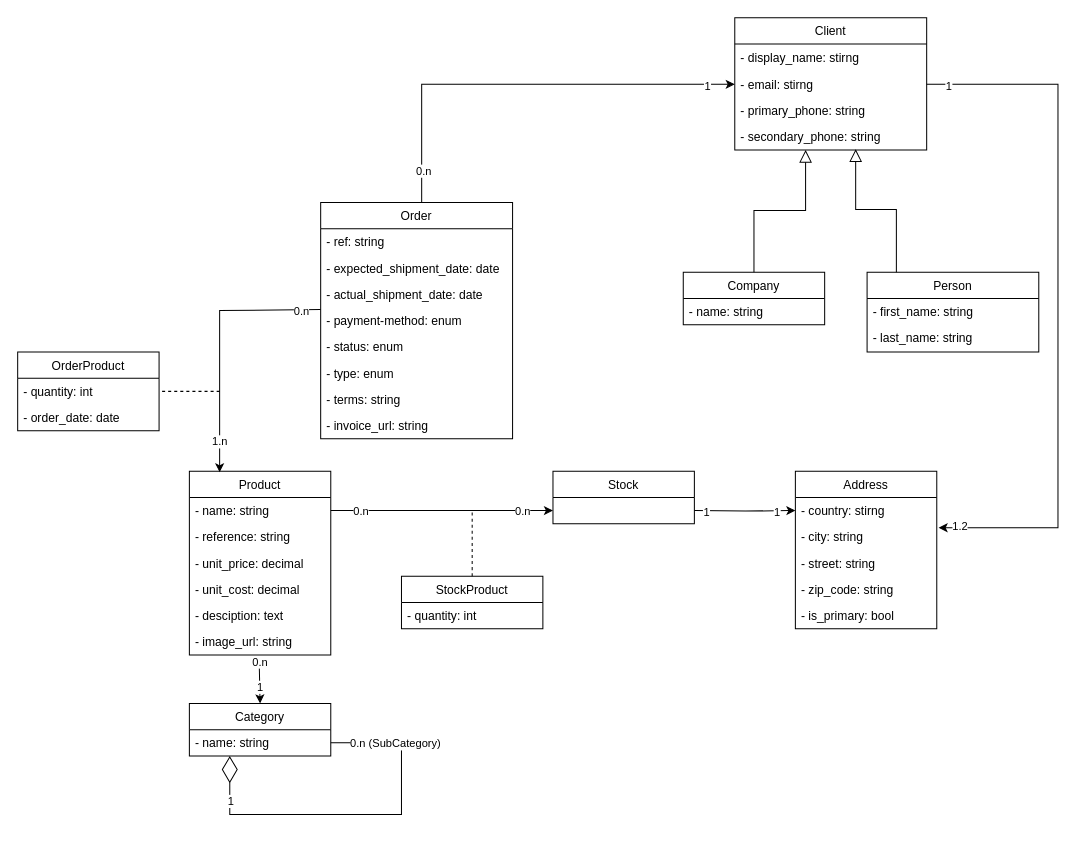
This is class-diag.drawio from neeejm/inventory-management-system, a draw.io file, before an edit. Source tidied: cells renumbered, new cells numbered last; positions are measured from the earlier drawing's top-left corner, leaving out a move shared by most shapes. Both pictures are drawn from the tidied source at 101%, with x=0, y=0 at pixel (17, 17).
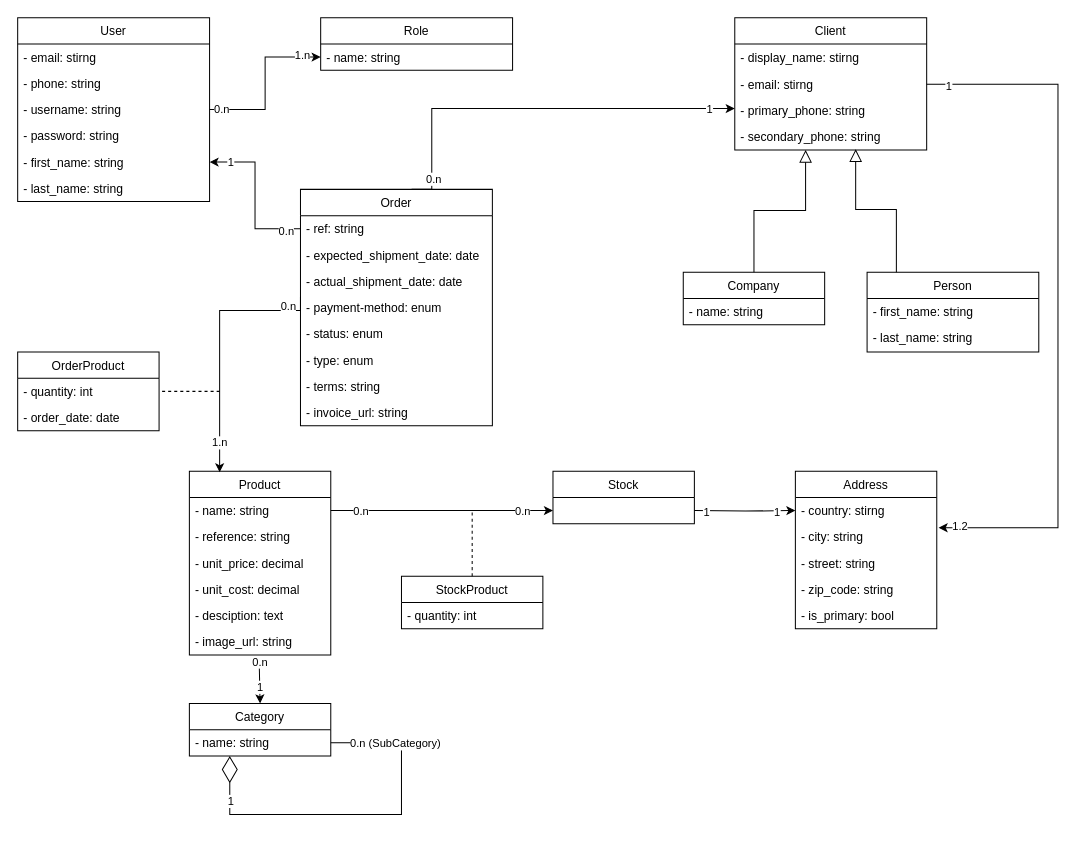
After the change.

Commit message (it also covers changes not shown here):
adding user roles models

Unchanged cells that the change refers to:
```xml
<mxCell id="37" value="- ref: string" style="text;strokeColor=none;fillColor=none;align=left;verticalAlign=top;spacingLeft=4;spacingRight=4;overflow=hidden;points=[[0,0.5],[1,0.5]];portConstraint=eastwest;" parent="36" vertex="1">
  <mxGeometry y="26" width="190" height="26" as="geometry" />
</mxCell>
<mxCell id="47" value="- email: stirng" style="text;strokeColor=none;fillColor=none;align=left;verticalAlign=top;spacingLeft=4;spacingRight=4;overflow=hidden;points=[[0,0.5],[1,0.5]];portConstraint=eastwest;" parent="45" vertex="1">
  <mxGeometry y="53" width="190" height="26" as="geometry" />
</mxCell>
<mxCell id="48" value="- primary_phone: string" style="text;strokeColor=none;fillColor=none;align=left;verticalAlign=top;spacingLeft=4;spacingRight=4;overflow=hidden;points=[[0,0.5],[1,0.5]];portConstraint=eastwest;" parent="45" vertex="1">
  <mxGeometry y="79" width="190" height="26" as="geometry" />
</mxCell>
```

Change to the diagram source:
```diff
@@
-    <mxCell id="33" style="edgeStyle=orthogonalEdgeStyle;rounded=0;jettySize=auto;html=1;entryX=0;entryY=0.5;entryDx=0;entryDy=0;endArrow=classic;endFill=1;elbow=vertical;" parent="1" edge="1" source="36" target="47">
+    <mxCell id="33" style="edgeStyle=elbowEdgeStyle;rounded=0;jettySize=auto;html=1;endArrow=classic;endFill=1;entryX=0;entryY=0.423;entryDx=0;entryDy=0;entryPerimeter=0;exitX=0.579;exitY=0;exitDx=0;exitDy=0;exitPerimeter=0;" parent="1" edge="1" source="36" target="48">
       <mxGeometry relative="1" as="geometry">
         <Array as="points">
-          <mxPoint x="400" y="66" />
+          <mxPoint x="410" y="150" />
+          <mxPoint x="500" y="160" />
         </Array>
       </mxGeometry>
     </mxCell>
@@
     <mxCell id="36" value="Order" style="swimlane;fontStyle=0;horizontal=1;startSize=26;fillColor=none;" parent="1" vertex="1">
-      <mxGeometry x="300" y="183" width="190" height="234" as="geometry" />
+      <mxGeometry x="280" y="170" width="190" height="234" as="geometry" />
     </mxCell>
@@
+    <mxCell id="67" value="User" style="swimlane;fontStyle=0;horizontal=1;startSize=26;fillColor=none;" parent="1" vertex="1">
+      <mxGeometry width="190" height="182" as="geometry" />
+    </mxCell>
+    <mxCell id="68" value="- email: stirng" style="text;strokeColor=none;fillColor=none;align=left;verticalAlign=top;spacingLeft=4;spacingRight=4;overflow=hidden;" parent="67" vertex="1">
+      <mxGeometry y="26" width="190" height="26" as="geometry" />
+    </mxCell>
+    <mxCell id="69" value="- phone: string" style="text;strokeColor=none;fillColor=none;align=left;verticalAlign=top;spacingLeft=4;spacingRight=4;overflow=hidden;" parent="67" vertex="1">
+      <mxGeometry y="52" width="190" height="26" as="geometry" />
+    </mxCell>
+    <mxCell id="70" value="- username: string" style="text;strokeColor=none;fillColor=none;align=left;verticalAlign=top;spacingLeft=4;spacingRight=4;overflow=hidden;points=[[0,0.5],[1,0.5]];portConstraint=eastwest;" parent="67" vertex="1">
+      <mxGeometry y="78" width="190" height="26" as="geometry" />
+    </mxCell>
+    <mxCell id="71" value="- password: string" style="text;strokeColor=none;fillColor=none;align=left;verticalAlign=top;spacingLeft=4;spacingRight=4;overflow=hidden;" parent="67" vertex="1">
+      <mxGeometry y="104" width="190" height="26" as="geometry" />
+    </mxCell>
+    <mxCell id="72" value="- first_name: string" style="text;strokeColor=none;fillColor=none;align=left;verticalAlign=top;spacingLeft=4;spacingRight=4;overflow=hidden;points=[[0,0.5],[1,0.5]];portConstraint=eastwest;" parent="67" vertex="1">
+      <mxGeometry y="130" width="190" height="26" as="geometry" />
+    </mxCell>
+    <mxCell id="73" value="- last_name: string" style="text;strokeColor=none;fillColor=none;align=left;verticalAlign=top;spacingLeft=4;spacingRight=4;overflow=hidden;" parent="67" vertex="1">
+      <mxGeometry y="156" width="190" height="26" as="geometry" />
+    </mxCell>
+    <mxCell id="74" value="Role" style="swimlane;fontStyle=0;horizontal=1;startSize=26;fillColor=none;" parent="1" vertex="1">
+      <mxGeometry x="300" width="190" height="52" as="geometry" />
+    </mxCell>
+    <mxCell id="75" value="- name: string" style="text;strokeColor=none;fillColor=none;align=left;verticalAlign=top;spacingLeft=4;spacingRight=4;overflow=hidden;points=[[0,0.5],[1,0.5]];portConstraint=eastwest;" parent="74" vertex="1">
+      <mxGeometry y="26" width="190" height="26" as="geometry" />
+    </mxCell>
+    <mxCell id="76" style="edgeStyle=orthogonalEdgeStyle;rounded=0;jettySize=auto;html=1;entryX=0;entryY=0.5;entryDx=0;entryDy=0;" parent="1" edge="1" source="70" target="75">
+      <mxGeometry relative="1" as="geometry" />
+    </mxCell>
+    <mxCell id="77" value="1.n" style="edgeLabel;html=1;align=center;verticalAlign=middle;" parent="76" vertex="1">
+      <mxGeometry x="0.76" y="3" relative="1" as="geometry" />
+    </mxCell>
+    <mxCell id="78" value="0.n" style="edgeLabel;html=1;align=center;verticalAlign=middle;" parent="76" vertex="1">
+      <mxGeometry x="-0.87" y="1" relative="1" as="geometry" />
+    </mxCell>
+    <mxCell id="79" style="edgeStyle=elbowEdgeStyle;rounded=0;jettySize=auto;html=1;exitX=0;exitY=0.5;exitDx=0;exitDy=0;" parent="1" edge="1" source="37" target="72">
+      <mxGeometry relative="1" as="geometry" />
+    </mxCell>
+    <mxCell id="80" value="1" style="edgeLabel;html=1;align=center;verticalAlign=middle;" parent="79" vertex="1">
+      <mxGeometry x="0.74" y="-1" relative="1" as="geometry" />
+    </mxCell>
+    <mxCell id="81" value="0.n" style="edgeLabel;html=1;align=center;verticalAlign=middle;" parent="79" vertex="1">
+      <mxGeometry x="-0.81" y="2" relative="1" as="geometry" />
+    </mxCell>
```
